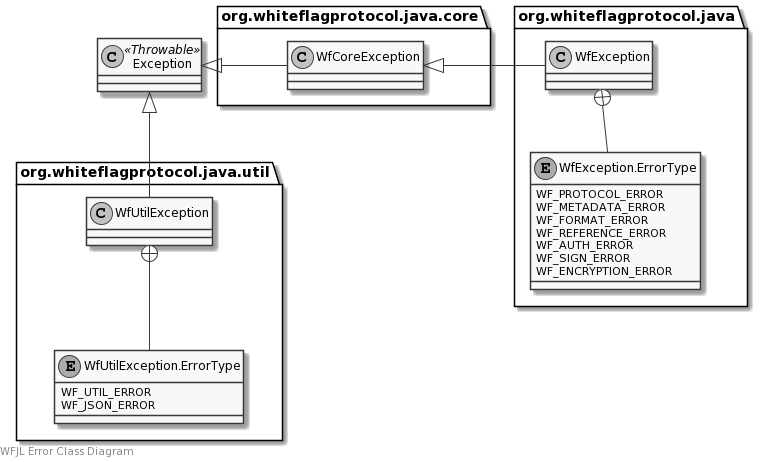
The PlantUML diagram docs/uml/errors.png in WhiteflagProtocol/whiteflag-java, before a commit.
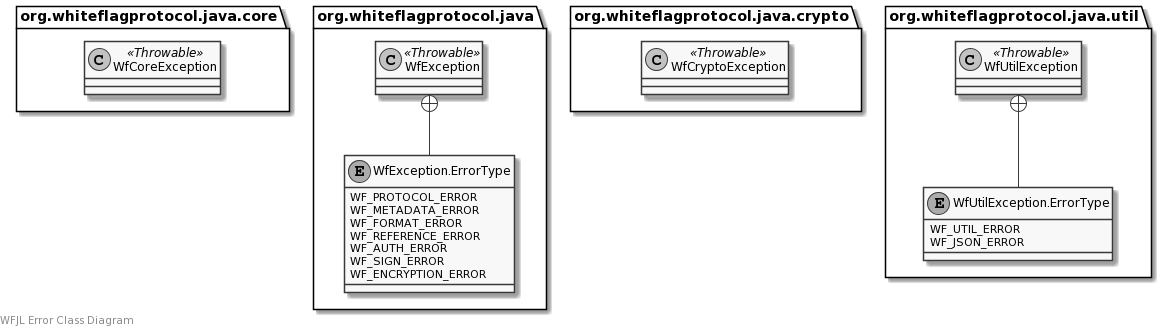
The same diagram one commit later.

The edit, as a diff of the source:
```diff
@@ -1,27 +1,15 @@
 @startuml
 skinparam monochrome true
+skinparam linetype ortho
 
 left footer WFJL Error Class Diagram
 
-class Exception <<Throwable>>
-
 package org.whiteflagprotocol.java.core {
-    class WfCoreException
+    class WfCoreException <<Throwable>>
 }
-Exception <|- WfCoreException
-
-package org.whiteflagprotocol.java.util {
-    class WfUtilException
-    enum WfUtilException.ErrorType {
-        WF_UTIL_ERROR
-        WF_JSON_ERROR
-    }
-    WfUtilException +-- WfUtilException.ErrorType
-}
-Exception <|-- WfUtilException
 
 package org.whiteflagprotocol.java {
-    class WfException
+    class WfException <<Throwable>>
     enum WfException.ErrorType {
         WF_PROTOCOL_ERROR
         WF_METADATA_ERROR
@@ -33,5 +21,17 @@
     }
     WfException +-- WfException.ErrorType
 }
-WfCoreException <|- WfException
+
+package org.whiteflagprotocol.java.crypto {
+    class WfCryptoException <<Throwable>>
+}
+
+package org.whiteflagprotocol.java.util {
+    class WfUtilException <<Throwable>>
+    enum WfUtilException.ErrorType {
+        WF_UTIL_ERROR
+        WF_JSON_ERROR
+    }
+    WfUtilException +-- WfUtilException.ErrorType
+}
 @enduml
```
